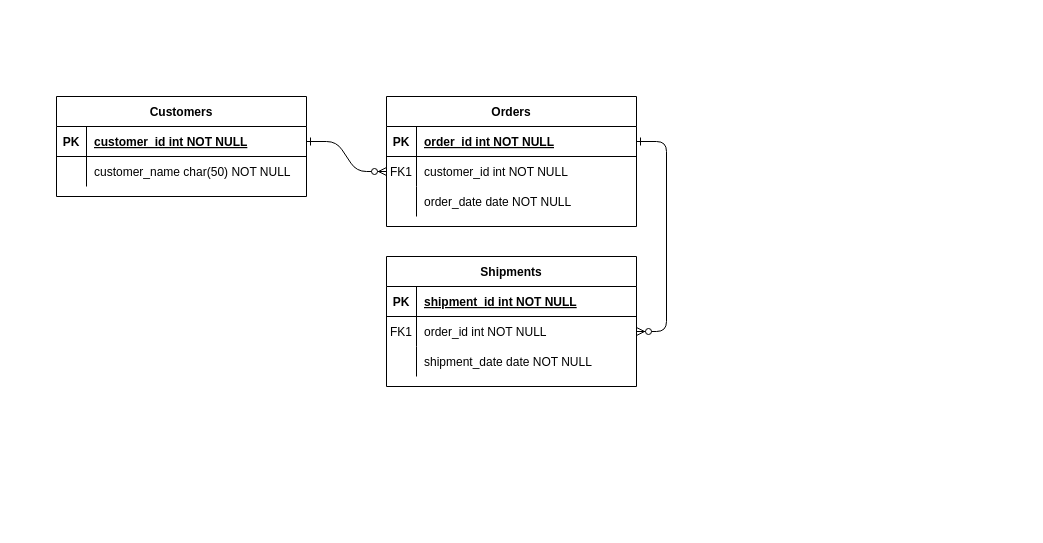
Above: CSDL.drawio in Mvt1927/test (draw.io), before the change. Source tidied: cells renumbered, new cells numbered last; positions are measured from the earlier drawing's top-left corner, leaving out a move shared by most shapes. Both pictures are drawn from the tidied source at 100%, with x=0, y=0 at pixel (56, 96).
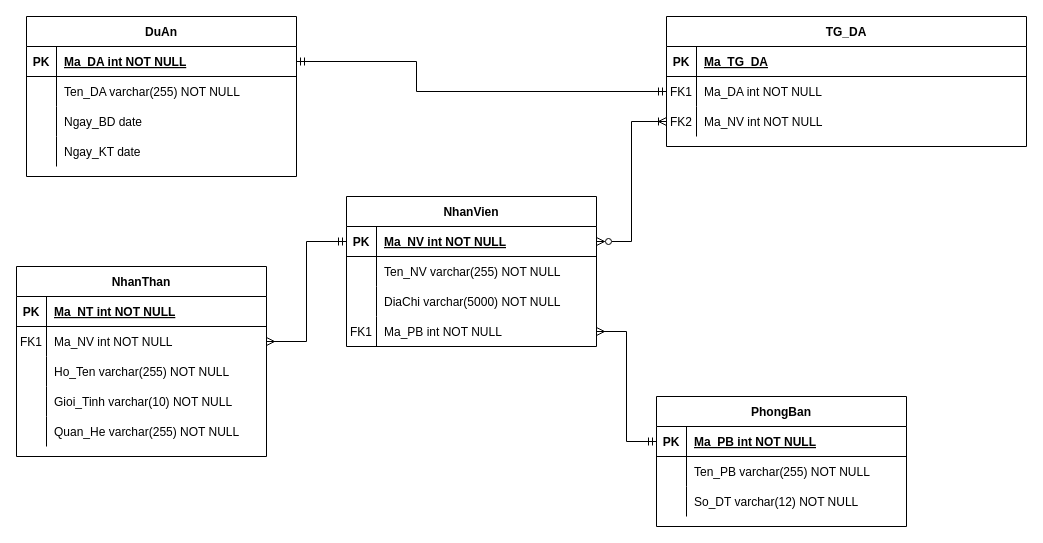
Above is the later version.

The change refers to these unchanged cells:
```xml
<mxCell id="5" style="shape=partialRectangle;fillColor=none;points=[[0,0.5],[1,0.5]];portConstraint=eastwest;top=0;left=0;right=0;bottom=1;" parent="4" vertex="1">
  <mxGeometry y="30" width="250" height="30" as="geometry" />
</mxCell>
<mxCell id="8" style="shape=partialRectangle;fillColor=none;points=[[0,0.5],[1,0.5]];portConstraint=eastwest;top=0;left=0;right=0;bottom=0;" parent="4" vertex="1">
  <mxGeometry y="60" width="250" height="30" as="geometry" />
</mxCell>
<mxCell id="11" style="shape=partialRectangle;fillColor=none;top=0;left=0;right=0;bottom=0;" parent="4" vertex="1">
  <mxGeometry y="90" width="250" height="30" as="geometry" />
</mxCell>
<mxCell id="15" style="shape=partialRectangle;fillColor=none;top=0;left=0;right=0;bottom=1;" parent="14" vertex="1">
  <mxGeometry y="30" width="250" height="30" as="geometry" />
</mxCell>
<mxCell id="18" style="shape=partialRectangle;fillColor=none;points=[[0,0.5],[1,0.5]];portConstraint=eastwest;top=0;left=0;right=0;bottom=0;" parent="14" vertex="1">
  <mxGeometry y="60" width="250" height="30" as="geometry" />
</mxCell>
<mxCell id="21" style="shape=partialRectangle;fillColor=none;top=0;left=0;right=0;bottom=0;" parent="14" vertex="1">
  <mxGeometry y="90" width="250" height="30" as="geometry" />
</mxCell>
<mxCell id="25" style="shape=partialRectangle;fillColor=none;points=[[0,0.5],[1,0.5]];portConstraint=eastwest;top=0;left=0;right=0;bottom=1;" parent="24" vertex="1">
  <mxGeometry y="30" width="250" height="30" as="geometry" />
</mxCell>
<mxCell id="28" style="shape=partialRectangle;fillColor=none;top=0;left=0;right=0;bottom=0;" parent="24" vertex="1">
  <mxGeometry y="60" width="250" height="30" as="geometry" />
</mxCell>
```

Change to the diagram source:
```diff
@@
-    <mxCell id="2" style="edgeStyle=entityRelationEdgeStyle;endArrow=ERzeroToMany;startArrow=ERone;endFill=1;startFill=0;" parent="1" edge="1" source="25" target="8">
-      <mxGeometry relative="1" as="geometry" />
-    </mxCell>
-    <mxCell id="3" style="edgeStyle=entityRelationEdgeStyle;endArrow=ERzeroToMany;startArrow=ERone;endFill=1;startFill=0;" parent="1" edge="1" source="5" target="18">
-      <mxGeometry relative="1" as="geometry" />
-    </mxCell>
-    <mxCell id="4" value="Orders" style="shape=table;startSize=30;childLayout=tableLayout;rowLines=0;fontStyle=1;align=center;" parent="1" vertex="1">
-      <mxGeometry x="330" width="250" height="130" as="geometry" />
+    <mxCell id="4" value="PhongBan" style="shape=table;startSize=30;childLayout=tableLayout;rowLines=0;fontStyle=1;align=center;" parent="1" vertex="1">
+      <mxGeometry x="600" y="300" width="250" height="130" as="geometry" />
     </mxCell>
@@
-    <mxCell id="7" value="order_id int NOT NULL " style="shape=partialRectangle;overflow=hidden;fillColor=none;top=0;left=0;bottom=0;right=0;align=left;spacingLeft=6;fontStyle=5;" parent="5" vertex="1">
+    <mxCell id="7" value="Ma_PB int NOT NULL" style="shape=partialRectangle;overflow=hidden;fillColor=none;top=0;left=0;bottom=0;right=0;align=left;spacingLeft=6;fontStyle=5;" parent="5" vertex="1">
       <mxGeometry x="30" width="220" height="30" as="geometry" />
     </mxCell>
@@
-    <mxCell id="9" value="FK1" style="shape=partialRectangle;overflow=hidden;fillColor=none;top=0;left=0;bottom=0;right=0;" parent="8" vertex="1">
+    <mxCell id="9" style="shape=partialRectangle;overflow=hidden;fillColor=none;top=0;left=0;bottom=0;right=0;" parent="8" vertex="1">
       <mxGeometry width="30" height="30" as="geometry" />
     </mxCell>
-    <mxCell id="10" value="customer_id int NOT NULL" style="shape=partialRectangle;overflow=hidden;fillColor=none;top=0;left=0;bottom=0;right=0;align=left;spacingLeft=6;" parent="8" vertex="1">
+    <mxCell id="10" value="Ten_PB varchar(255) NOT NULL" style="shape=partialRectangle;overflow=hidden;fillColor=none;top=0;left=0;bottom=0;right=0;align=left;spacingLeft=6;" parent="8" vertex="1">
       <mxGeometry x="30" width="220" height="30" as="geometry" />
     </mxCell>
@@
-    <mxCell id="13" value="order_date date NOT NULL" style="shape=partialRectangle;overflow=hidden;fillColor=none;top=0;left=0;bottom=0;right=0;align=left;spacingLeft=6;" parent="11" vertex="1">
+    <mxCell id="13" value="So_DT varchar(12) NOT NULL" style="shape=partialRectangle;overflow=hidden;fillColor=none;top=0;left=0;bottom=0;right=0;align=left;spacingLeft=6;" parent="11" vertex="1">
       <mxGeometry x="30" width="220" height="30" as="geometry" />
     </mxCell>
-    <mxCell id="14" value="Shipments" style="shape=table;startSize=30;childLayout=tableLayout;rowLines=0;fontStyle=1;align=center;" parent="1" vertex="1">
-      <mxGeometry x="330" y="160" width="250" height="130" as="geometry" />
+    <mxCell id="14" value="NhanThan" style="shape=table;startSize=30;childLayout=tableLayout;rowLines=0;fontStyle=1;align=center;" parent="1" vertex="1">
+      <mxGeometry x="-40" y="170" width="250" height="190" as="geometry" />
     </mxCell>
@@
-    <mxCell id="17" value="shipment_id int NOT NULL " style="shape=partialRectangle;overflow=hidden;fillColor=none;top=0;left=0;bottom=0;right=0;align=left;spacingLeft=6;fontStyle=5;" parent="15" vertex="1">
+    <mxCell id="17" value="Ma_NT int NOT NULL" style="shape=partialRectangle;overflow=hidden;fillColor=none;top=0;left=0;bottom=0;right=0;align=left;spacingLeft=6;fontStyle=5;" parent="15" vertex="1">
       <mxGeometry x="30" width="220" height="30" as="geometry" />
     </mxCell>
@@
-    <mxCell id="20" value="order_id int NOT NULL" style="shape=partialRectangle;overflow=hidden;fillColor=none;top=0;left=0;bottom=0;right=0;align=left;spacingLeft=6;" parent="18" vertex="1">
+    <mxCell id="20" value="Ma_NV int NOT NULL" style="shape=partialRectangle;overflow=hidden;fillColor=none;top=0;left=0;bottom=0;right=0;align=left;spacingLeft=6;" parent="18" vertex="1">
       <mxGeometry x="30" width="220" height="30" as="geometry" />
     </mxCell>
@@
-    <mxCell id="23" value="shipment_date date NOT NULL" style="shape=partialRectangle;overflow=hidden;fillColor=none;top=0;left=0;bottom=0;right=0;align=left;spacingLeft=6;" parent="21" vertex="1">
+    <mxCell id="23" value="Ho_Ten varchar(255) NOT NULL" style="shape=partialRectangle;overflow=hidden;fillColor=none;top=0;left=0;bottom=0;right=0;align=left;spacingLeft=6;" parent="21" vertex="1">
       <mxGeometry x="30" width="220" height="30" as="geometry" />
     </mxCell>
+    <mxCell id="31" style="shape=partialRectangle;fillColor=none;top=0;left=0;right=0;bottom=0;" parent="14" vertex="1">
+      <mxGeometry y="120" width="250" height="30" as="geometry" />
+    </mxCell>
+    <mxCell id="32" style="shape=partialRectangle;overflow=hidden;fillColor=none;top=0;left=0;bottom=0;right=0;" parent="31" vertex="1">
+      <mxGeometry width="30" height="30" as="geometry" />
+    </mxCell>
+    <mxCell id="33" value="Gioi_Tinh varchar(10) NOT NULL" style="shape=partialRectangle;overflow=hidden;fillColor=none;top=0;left=0;bottom=0;right=0;align=left;spacingLeft=6;" parent="31" vertex="1">
+      <mxGeometry x="30" width="220" height="30" as="geometry" />
+    </mxCell>
+    <mxCell id="34" style="shape=partialRectangle;fillColor=none;top=0;left=0;right=0;bottom=0;" parent="14" vertex="1">
+      <mxGeometry y="150" width="250" height="30" as="geometry" />
+    </mxCell>
+    <mxCell id="35" style="shape=partialRectangle;overflow=hidden;fillColor=none;top=0;left=0;bottom=0;right=0;" parent="34" vertex="1">
+      <mxGeometry width="30" height="30" as="geometry" />
+    </mxCell>
+    <mxCell id="36" value="Quan_He varchar(255) NOT NULL" style="shape=partialRectangle;overflow=hidden;fillColor=none;top=0;left=0;bottom=0;right=0;align=left;spacingLeft=6;" parent="34" vertex="1">
+      <mxGeometry x="30" width="220" height="30" as="geometry" />
+    </mxCell>
-    <mxCell id="24" value="Customers" style="shape=table;startSize=30;childLayout=tableLayout;rowLines=0;fontStyle=1;align=center;" parent="1" vertex="1">
-      <mxGeometry width="250" height="100" as="geometry" />
+    <mxCell id="24" value="NhanVien" style="shape=table;startSize=30;childLayout=tableLayout;rowLines=0;fontStyle=1;align=center;" parent="1" vertex="1">
+      <mxGeometry x="290" y="100" width="250" height="150" as="geometry" />
     </mxCell>
@@
-    <mxCell id="27" value="customer_id int NOT NULL " style="shape=partialRectangle;overflow=hidden;fillColor=none;top=0;left=0;bottom=0;right=0;align=left;spacingLeft=6;fontStyle=5;" parent="25" vertex="1">
+    <mxCell id="27" value="Ma_NV int NOT NULL" style="shape=partialRectangle;overflow=hidden;fillColor=none;top=0;left=0;bottom=0;right=0;align=left;spacingLeft=6;fontStyle=5;" parent="25" vertex="1">
       <mxGeometry x="30" width="220" height="30" as="geometry" />
     </mxCell>
@@
-    <mxCell id="30" value="customer_name char(50) NOT NULL" style="shape=partialRectangle;overflow=hidden;fillColor=none;top=0;left=0;bottom=0;right=0;align=left;spacingLeft=6;" parent="28" vertex="1">
+    <mxCell id="30" value="Ten_NV varchar(255) NOT NULL" style="shape=partialRectangle;overflow=hidden;fillColor=none;top=0;left=0;bottom=0;right=0;align=left;spacingLeft=6;" parent="28" vertex="1">
       <mxGeometry x="30" width="220" height="30" as="geometry" />
     </mxCell>
+    <mxCell id="37" style="shape=partialRectangle;fillColor=none;top=0;left=0;right=0;bottom=0;" parent="24" vertex="1">
+      <mxGeometry y="90" width="250" height="30" as="geometry" />
+    </mxCell>
+    <mxCell id="38" style="shape=partialRectangle;overflow=hidden;fillColor=none;top=0;left=0;bottom=0;right=0;" parent="37" vertex="1">
+      <mxGeometry width="30" height="30" as="geometry" />
+    </mxCell>
+    <mxCell id="39" value="DiaChi varchar(5000) NOT NULL" style="shape=partialRectangle;overflow=hidden;fillColor=none;top=0;left=0;bottom=0;right=0;align=left;spacingLeft=6;" parent="37" vertex="1">
+      <mxGeometry x="30" width="220" height="30" as="geometry" />
+    </mxCell>
+    <mxCell id="40" style="shape=partialRectangle;fillColor=none;points=[[0,0.5],[1,0.5]];portConstraint=eastwest;top=0;left=0;right=0;bottom=0;" parent="24" vertex="1">
+      <mxGeometry y="120" width="250" height="30" as="geometry" />
+    </mxCell>
+    <mxCell id="41" value="FK1" style="shape=partialRectangle;overflow=hidden;fillColor=none;top=0;left=0;bottom=0;right=0;" parent="40" vertex="1">
+      <mxGeometry width="30" height="30" as="geometry" />
+    </mxCell>
+    <mxCell id="42" value="Ma_PB int NOT NULL" style="shape=partialRectangle;overflow=hidden;fillColor=none;top=0;left=0;bottom=0;right=0;align=left;spacingLeft=6;" parent="40" vertex="1">
+      <mxGeometry x="30" width="220" height="30" as="geometry" />
+    </mxCell>
+    <mxCell id="43" value="DuAn" style="shape=table;startSize=30;childLayout=tableLayout;rowLines=0;fontStyle=1;align=center;strokeColor=default;" parent="1" vertex="1">
+      <mxGeometry x="-30" y="-80" width="270" height="160" as="geometry" />
+    </mxCell>
+    <mxCell id="44" style="shape=partialRectangle;fillColor=none;top=0;left=0;bottom=1;right=0;points=[[0,0.5],[1,0.5]];portConstraint=eastwest;strokeColor=default;" parent="43" vertex="1">
+      <mxGeometry y="30" width="270" height="30" as="geometry" />
+    </mxCell>
+    <mxCell id="45" value="PK" style="shape=partialRectangle;fillColor=none;top=0;left=0;bottom=0;right=0;fontStyle=1;overflow=hidden;strokeColor=default;" parent="44" vertex="1">
+      <mxGeometry width="30" height="30" as="geometry" />
+    </mxCell>
+    <mxCell id="46" value="Ma_DA int NOT NULL" style="shape=partialRectangle;fillColor=none;top=0;left=0;bottom=0;right=0;align=left;spacingLeft=6;fontStyle=5;overflow=hidden;strokeColor=default;" parent="44" vertex="1">
+      <mxGeometry x="30" width="240" height="30" as="geometry" />
+    </mxCell>
+    <mxCell id="47" style="shape=partialRectangle;fillColor=none;top=0;left=0;bottom=0;right=0;strokeColor=default;" parent="43" vertex="1">
+      <mxGeometry y="60" width="270" height="30" as="geometry" />
+    </mxCell>
+    <mxCell id="48" style="shape=partialRectangle;fillColor=none;top=0;left=0;bottom=0;right=0;overflow=hidden;strokeColor=default;" parent="47" vertex="1">
+      <mxGeometry width="30" height="30" as="geometry" />
+    </mxCell>
+    <mxCell id="49" value="Ten_DA varchar(255) NOT NULL" style="shape=partialRectangle;fillColor=none;top=0;left=0;bottom=0;right=0;align=left;spacingLeft=6;overflow=hidden;strokeColor=default;" parent="47" vertex="1">
+      <mxGeometry x="30" width="240" height="30" as="geometry" />
+    </mxCell>
+    <mxCell id="50" style="shape=partialRectangle;fillColor=none;top=0;left=0;bottom=0;right=0;strokeColor=default;" parent="43" vertex="1">
+      <mxGeometry y="90" width="270" height="30" as="geometry" />
+    </mxCell>
+    <mxCell id="51" style="shape=partialRectangle;fillColor=none;top=0;left=0;bottom=0;right=0;overflow=hidden;strokeColor=default;" parent="50" vertex="1">
+      <mxGeometry width="30" height="30" as="geometry" />
+    </mxCell>
+    <mxCell id="52" value="Ngay_BD date" style="shape=partialRectangle;fillColor=none;top=0;left=0;bottom=0;right=0;align=left;spacingLeft=6;overflow=hidden;strokeColor=default;" parent="50" vertex="1">
+      <mxGeometry x="30" width="240" height="30" as="geometry" />
+    </mxCell>
+    <mxCell id="53" style="shape=partialRectangle;fillColor=none;top=0;left=0;bottom=0;right=0;strokeColor=default;" parent="43" vertex="1">
+      <mxGeometry y="120" width="270" height="30" as="geometry" />
+    </mxCell>
+    <mxCell id="54" style="shape=partialRectangle;fillColor=none;top=0;left=0;bottom=0;right=0;overflow=hidden;strokeColor=default;" parent="53" vertex="1">
+      <mxGeometry width="30" height="30" as="geometry" />
+    </mxCell>
+    <mxCell id="55" value="Ngay_KT date" style="shape=partialRectangle;fillColor=none;top=0;left=0;bottom=0;right=0;align=left;spacingLeft=6;overflow=hidden;strokeColor=default;" parent="53" vertex="1">
+      <mxGeometry x="30" width="240" height="30" as="geometry" />
+    </mxCell>
+    <mxCell id="56" style="edgeStyle=orthogonalEdgeStyle;rounded=0;jettySize=auto;html=1;entryX=0;entryY=0.5;entryDx=0;entryDy=0;startArrow=ERmany;startFill=0;endArrow=ERmandOne;endFill=0;" parent="1" edge="1" source="40" target="5">
+      <mxGeometry relative="1" as="geometry" />
+    </mxCell>
+    <mxCell id="57" value="TG_DA" style="shape=table;startSize=30;childLayout=tableLayout;rowLines=0;fontStyle=1;align=center;strokeColor=default;" parent="1" vertex="1">
+      <mxGeometry x="610" y="-80" width="360" height="130" as="geometry" />
+    </mxCell>
+    <mxCell id="58" style="shape=partialRectangle;fillColor=none;top=0;left=0;bottom=1;right=0;strokeColor=default;" parent="57" vertex="1">
+      <mxGeometry y="30" width="360" height="30" as="geometry" />
+    </mxCell>
+    <mxCell id="59" value="PK" style="shape=partialRectangle;fillColor=none;top=0;left=0;bottom=0;right=0;fontStyle=1;overflow=hidden;strokeColor=default;" parent="58" vertex="1">
+      <mxGeometry width="30" height="30" as="geometry" />
+    </mxCell>
+    <mxCell id="60" value="Ma_TG_DA" style="shape=partialRectangle;fillColor=none;top=0;left=0;bottom=0;right=0;align=left;spacingLeft=6;fontStyle=5;overflow=hidden;strokeColor=default;" parent="58" vertex="1">
+      <mxGeometry x="30" width="330" height="30" as="geometry" />
+    </mxCell>
+    <mxCell id="61" style="shape=partialRectangle;fillColor=none;top=0;left=0;bottom=0;right=0;points=[[0,0.5],[1,0.5]];portConstraint=eastwest;strokeColor=default;" parent="57" vertex="1">
+      <mxGeometry y="60" width="360" height="30" as="geometry" />
+    </mxCell>
+    <mxCell id="62" value="FK1" style="shape=partialRectangle;fillColor=none;top=0;left=0;bottom=0;right=0;overflow=hidden;strokeColor=default;" parent="61" vertex="1">
+      <mxGeometry width="30" height="30" as="geometry" />
+    </mxCell>
+    <mxCell id="63" value="Ma_DA int NOT NULL" style="shape=partialRectangle;fillColor=none;top=0;left=0;bottom=0;right=0;align=left;spacingLeft=6;overflow=hidden;strokeColor=default;" parent="61" vertex="1">
+      <mxGeometry x="30" width="330" height="30" as="geometry" />
+    </mxCell>
+    <mxCell id="64" style="shape=partialRectangle;fillColor=none;top=0;left=0;bottom=0;right=0;points=[[0,0.5],[1,0.5]];portConstraint=eastwest;strokeColor=default;" parent="57" vertex="1">
+      <mxGeometry y="90" width="360" height="30" as="geometry" />
+    </mxCell>
+    <mxCell id="65" value="FK2" style="shape=partialRectangle;fillColor=none;top=0;left=0;bottom=0;right=0;overflow=hidden;strokeColor=default;" parent="64" vertex="1">
+      <mxGeometry width="30" height="30" as="geometry" />
+    </mxCell>
+    <mxCell id="66" value="Ma_NV int NOT NULL" style="shape=partialRectangle;fillColor=none;top=0;left=0;bottom=0;right=0;align=left;spacingLeft=6;overflow=hidden;strokeColor=default;" parent="64" vertex="1">
+      <mxGeometry x="30" width="330" height="30" as="geometry" />
+    </mxCell>
+    <mxCell id="67" style="edgeStyle=orthogonalEdgeStyle;rounded=0;jettySize=auto;html=1;entryX=1;entryY=0.5;entryDx=0;entryDy=0;startArrow=ERmandOne;startFill=0;endArrow=ERmandOne;endFill=0;" parent="1" edge="1" source="61" target="44">
+      <mxGeometry relative="1" as="geometry">
+        <Array as="points">
+          <mxPoint x="360" y="-5" />
+          <mxPoint x="360" y="-35" />
+        </Array>
+      </mxGeometry>
+    </mxCell>
+    <mxCell id="68" style="edgeStyle=orthogonalEdgeStyle;rounded=0;jettySize=auto;html=1;entryX=0;entryY=0.5;entryDx=0;entryDy=0;startArrow=ERmany;startFill=0;endArrow=ERmandOne;endFill=0;" parent="1" edge="1" source="18" target="25">
+      <mxGeometry relative="1" as="geometry" />
+    </mxCell>
+    <mxCell id="69" style="edgeStyle=orthogonalEdgeStyle;rounded=0;jettySize=auto;html=1;entryX=1;entryY=0.5;entryDx=0;entryDy=0;startArrow=ERoneToMany;startFill=0;endArrow=ERzeroToMany;endFill=0;" parent="1" edge="1" source="64" target="25">
+      <mxGeometry relative="1" as="geometry" />
+    </mxCell>
```
